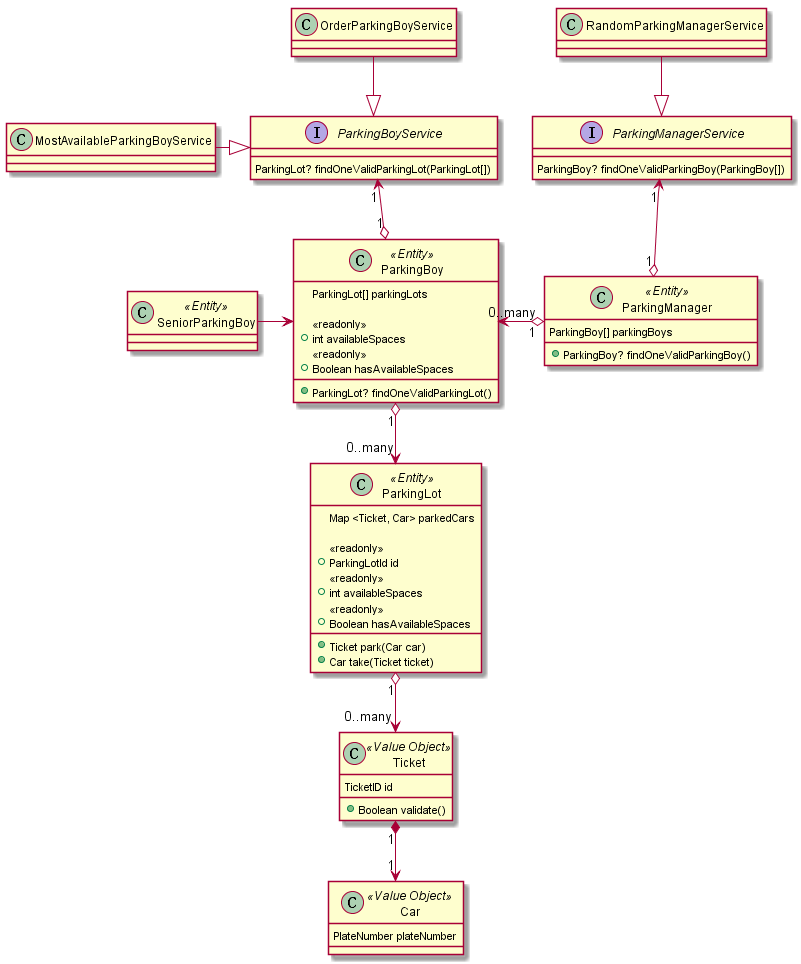
scglwsj/ddd-learning keeps this PlantUML diagram as out/Parking/parking.png. Above is the earlier version. The source it was exported from:
```plantuml
@startuml parking

interface ParkingBoyService {
  ParkingLot? findOneValidParkingLot(ParkingLot[])
}

interface ParkingManagerService {
  ParkingBoy? findOneValidParkingBoy(ParkingBoy[])
}

class OrderParkingBoyService
class MostAvailableParkingBoyService
class RandomParkingManagerService

class ParkingBoy << Entity >> {
  ParkingLot[] parkingLots

  <<readonly>>
  + int availableSpaces
  <<readonly>>
  + Boolean hasAvailableSpaces

  + ParkingLot? findOneValidParkingLot()
}

class SeniorParkingBoy << Entity >>

class ParkingLot << Entity >> {
  Map <Ticket, Car> parkedCars

  <<readonly>>
  + ParkingLotId id
  <<readonly>>
  + int availableSpaces
  <<readonly>>
  + Boolean hasAvailableSpaces

  + Ticket park(Car car)
  + Car take(Ticket ticket)
}

class Car << Value Object >> {
    PlateNumber plateNumber
}

class Ticket << Value Object >> {
  TicketID id
  + Boolean validate()
}

class ParkingManager << Entity >> {
  ParkingBoy[] parkingBoys
  + ParkingBoy? findOneValidParkingBoy()
}

Ticket "1" *--> "1" Car
ParkingLot "1" o--> "0..many" Ticket
ParkingBoy "1" o--> "0..many" ParkingLot
OrderParkingBoyService --|> ParkingBoyService
MostAvailableParkingBoyService -|> ParkingBoyService
RandomParkingManagerService --|> ParkingManagerService
ParkingBoy "1" o-up-> "1" ParkingBoyService
SeniorParkingBoy -> ParkingBoy
ParkingManager "1" o-left-> "0..many" ParkingBoy
ParkingManager "1" o-up-> "1" ParkingManagerService

@enduml
```
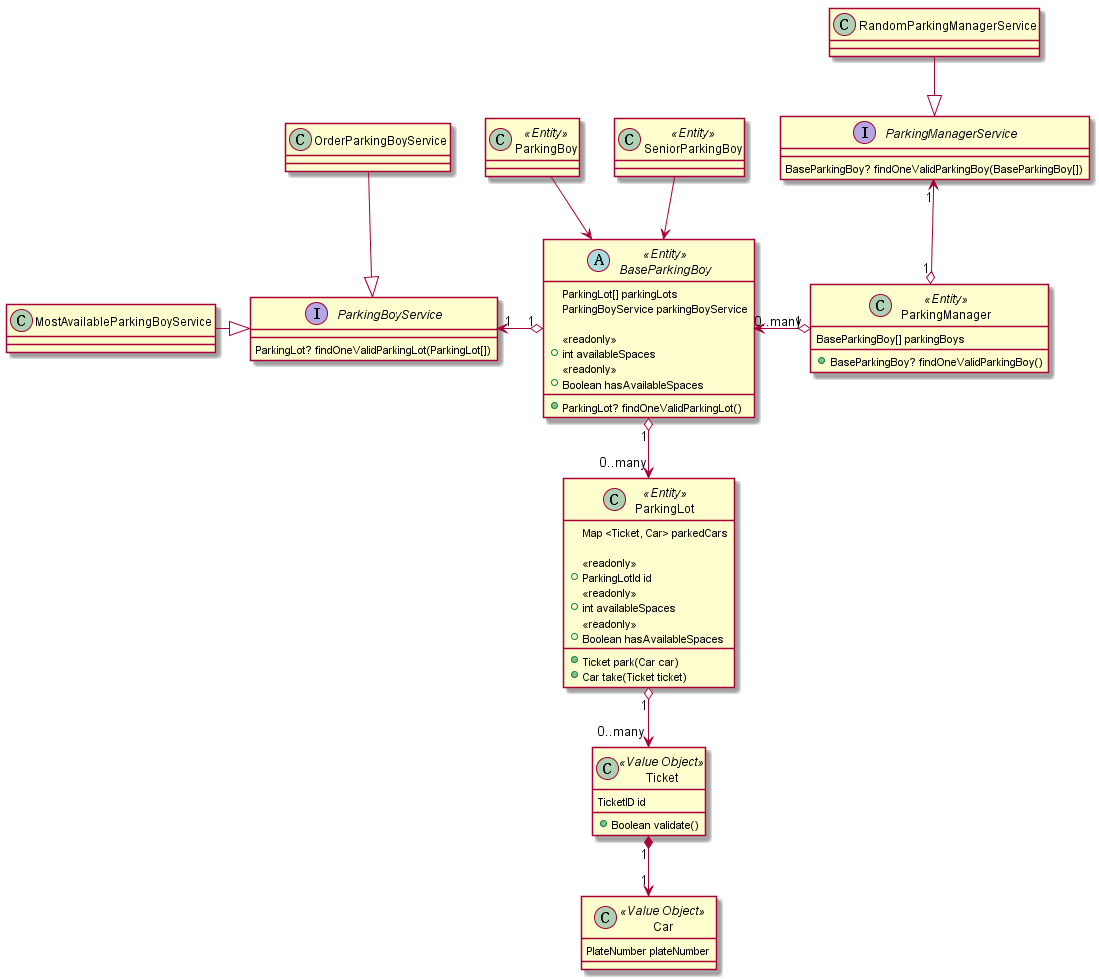
After the change.

Commit message:
complated parking manager in cs

What changed in the source:
```diff
@@ -5,15 +5,16 @@
 }
 
 interface ParkingManagerService {
-  ParkingBoy? findOneValidParkingBoy(ParkingBoy[])
+  BaseParkingBoy? findOneValidParkingBoy(BaseParkingBoy[])
 }
 
 class OrderParkingBoyService
 class MostAvailableParkingBoyService
 class RandomParkingManagerService
 
-class ParkingBoy << Entity >> {
+abstract class BaseParkingBoy << Entity >> {
   ParkingLot[] parkingLots
+  ParkingBoyService parkingBoyService
 
   <<readonly>>
   + int availableSpaces
@@ -23,6 +24,7 @@
   + ParkingLot? findOneValidParkingLot()
 }
 
+class ParkingBoy << Entity >>
 class SeniorParkingBoy << Entity >>
 
 class ParkingLot << Entity >> {
@@ -49,19 +51,20 @@
 }
 
 class ParkingManager << Entity >> {
-  ParkingBoy[] parkingBoys
-  + ParkingBoy? findOneValidParkingBoy()
+  BaseParkingBoy[] parkingBoys
+  + BaseParkingBoy? findOneValidParkingBoy()
 }
 
 Ticket "1" *--> "1" Car
 ParkingLot "1" o--> "0..many" Ticket
-ParkingBoy "1" o--> "0..many" ParkingLot
+BaseParkingBoy "1" o--> "0..many" ParkingLot
 OrderParkingBoyService --|> ParkingBoyService
 MostAvailableParkingBoyService -|> ParkingBoyService
 RandomParkingManagerService --|> ParkingManagerService
-ParkingBoy "1" o-up-> "1" ParkingBoyService
-SeniorParkingBoy -> ParkingBoy
-ParkingManager "1" o-left-> "0..many" ParkingBoy
+BaseParkingBoy "1" o-left-> "1" ParkingBoyService
+ParkingBoy --> BaseParkingBoy
+SeniorParkingBoy --> BaseParkingBoy
+ParkingManager "1" o-left-> "0..many" BaseParkingBoy
 ParkingManager "1" o-up-> "1" ParkingManagerService
 
 @enduml
```
